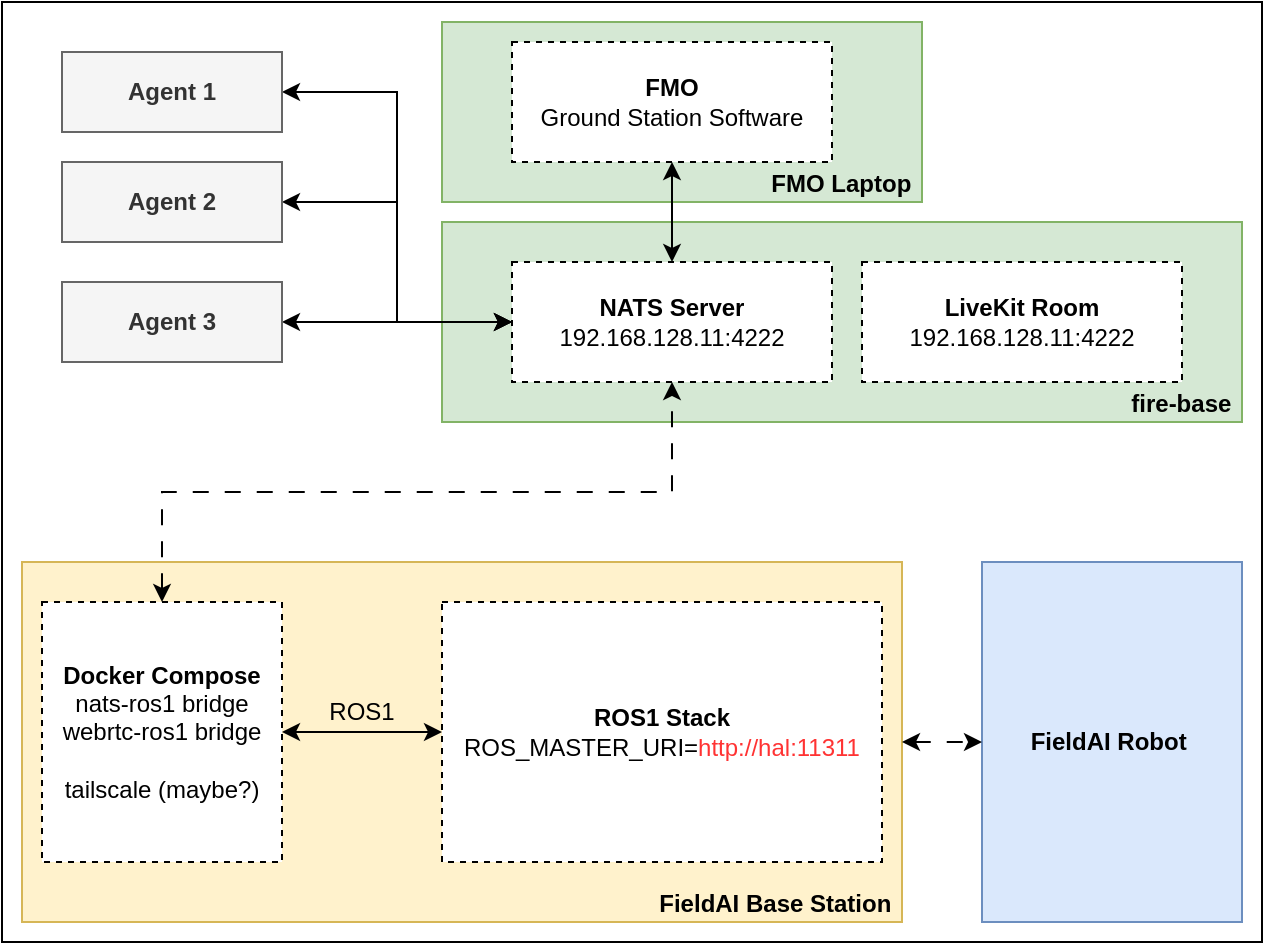
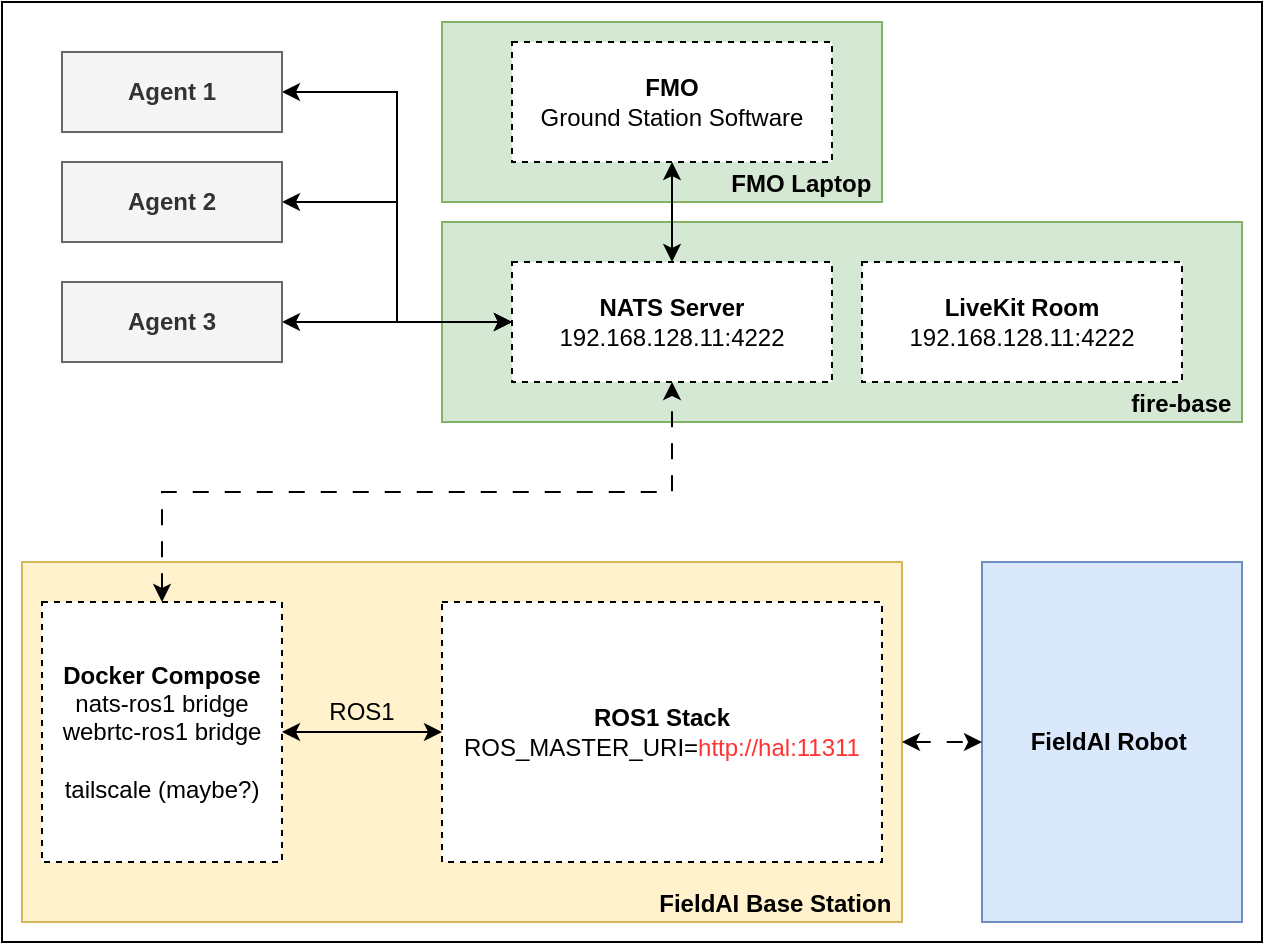
<mxfile host="app.diagrams.net" agent="Mozilla/5.0 (X11; Linux x86_64) AppleWebKit/537.36 (KHTML, like Gecko) draw.io/28.2.5 Chrome/138.0.7204.251 Electron/37.6.1 Safari/537.36">
  <diagram name="Page-1" id="4LKxJmiHCzAgHi-25CAg">
    <mxGraphModel dx="978" dy="538" grid="1" gridSize="10" guides="1" tooltips="1" connect="1" arrows="1" fold="1" page="1" pageScale="1" pageWidth="850" pageHeight="1100" math="0" shadow="0">
      <root>
        <mxCell id="0" />
        <mxCell id="1" parent="0" />
        <mxCell id="ao4_OA2Sh6UKhkAWIHi6-6" parent="1" style="rounded=0;whiteSpace=wrap;html=1;" value="" vertex="1">
          <mxGeometry height="470" width="630" x="140" y="260" as="geometry" />
        </mxCell>
        <mxCell id="K1pB0g2Fk4yvMkdCrYzS-1" parent="1" style="rounded=0;whiteSpace=wrap;html=1;align=right;verticalAlign=bottom;fillColor=#d5e8d4;strokeColor=#82b366;" value="&lt;b&gt;fire-base&amp;nbsp;&lt;/b&gt;" vertex="1">
          <mxGeometry height="100" width="400" x="360" y="370" as="geometry" />
        </mxCell>
        <mxCell id="NqXXLPDWZZw7BoWwIbQB-7" parent="1" style="rounded=0;whiteSpace=wrap;html=1;align=right;verticalAlign=bottom;fillColor=#d5e8d4;strokeColor=#82b366;" value="&lt;b&gt;FMO Laptop&amp;nbsp;&lt;/b&gt;" vertex="1">
-           <mxGeometry height="90" width="240" x="360" y="270" as="geometry" />
+           <mxGeometry height="90" width="220" x="360" y="270" as="geometry" />
        </mxCell>
        <mxCell id="NqXXLPDWZZw7BoWwIbQB-6" parent="1" style="rounded=0;whiteSpace=wrap;html=1;align=center;verticalAlign=middle;fillColor=#dae8fc;strokeColor=#6c8ebf;" value="&lt;b&gt;FieldAI Robot&amp;nbsp;&lt;/b&gt;" vertex="1">
          <mxGeometry height="180" width="130" x="630" y="540" as="geometry" />
        </mxCell>
        <mxCell id="NqXXLPDWZZw7BoWwIbQB-2" parent="1" style="rounded=0;whiteSpace=wrap;html=1;dashed=1;" value="&lt;b&gt;NATS Server&lt;/b&gt;&lt;div&gt;192.168.128.11:4222&lt;/div&gt;" vertex="1">
          <mxGeometry height="60" width="160" x="395" y="390" as="geometry" />
        </mxCell>
        <mxCell id="33FqFWJDVf2yEUuYl60e-10" edge="1" parent="1" source="NqXXLPDWZZw7BoWwIbQB-8" style="edgeStyle=orthogonalEdgeStyle;rounded=0;orthogonalLoop=1;jettySize=auto;html=1;exitX=0.5;exitY=1;exitDx=0;exitDy=0;entryX=0.5;entryY=0;entryDx=0;entryDy=0;startArrow=classic;startFill=1;" target="NqXXLPDWZZw7BoWwIbQB-2">
          <mxGeometry relative="1" as="geometry" />
        </mxCell>
        <mxCell id="NqXXLPDWZZw7BoWwIbQB-8" parent="1" style="rounded=0;whiteSpace=wrap;html=1;dashed=1;" value="&lt;b&gt;FMO&lt;/b&gt;&lt;div&gt;Ground Station Software&lt;/div&gt;" vertex="1">
          <mxGeometry height="60" width="160" x="395" y="280" as="geometry" />
        </mxCell>
        <mxCell id="33FqFWJDVf2yEUuYl60e-5" edge="1" parent="1" source="33FqFWJDVf2yEUuYl60e-2" style="edgeStyle=orthogonalEdgeStyle;rounded=0;orthogonalLoop=1;jettySize=auto;html=1;exitX=1;exitY=0.5;exitDx=0;exitDy=0;entryX=0;entryY=0.5;entryDx=0;entryDy=0;startArrow=classic;startFill=1;" target="NqXXLPDWZZw7BoWwIbQB-2">
          <mxGeometry relative="1" as="geometry" />
        </mxCell>
        <mxCell id="33FqFWJDVf2yEUuYl60e-2" parent="1" style="rounded=0;whiteSpace=wrap;html=1;align=center;verticalAlign=middle;fillColor=#f5f5f5;fontColor=#333333;strokeColor=#666666;" value="&lt;b&gt;Agent 1&lt;/b&gt;" vertex="1">
          <mxGeometry height="40" width="110" x="170" y="285" as="geometry" />
        </mxCell>
        <mxCell id="33FqFWJDVf2yEUuYl60e-6" edge="1" parent="1" source="33FqFWJDVf2yEUuYl60e-3" style="edgeStyle=orthogonalEdgeStyle;rounded=0;orthogonalLoop=1;jettySize=auto;html=1;exitX=1;exitY=0.5;exitDx=0;exitDy=0;entryX=0;entryY=0.5;entryDx=0;entryDy=0;startArrow=classic;startFill=1;" target="NqXXLPDWZZw7BoWwIbQB-2">
          <mxGeometry relative="1" as="geometry" />
        </mxCell>
        <mxCell id="33FqFWJDVf2yEUuYl60e-3" parent="1" style="rounded=0;whiteSpace=wrap;html=1;align=center;verticalAlign=middle;fillColor=#f5f5f5;fontColor=#333333;strokeColor=#666666;" value="&lt;b&gt;Agent 2&lt;/b&gt;" vertex="1">
          <mxGeometry height="40" width="110" x="170" y="340" as="geometry" />
        </mxCell>
        <mxCell id="33FqFWJDVf2yEUuYl60e-7" edge="1" parent="1" source="33FqFWJDVf2yEUuYl60e-4" style="edgeStyle=orthogonalEdgeStyle;rounded=0;orthogonalLoop=1;jettySize=auto;html=1;exitX=1;exitY=0.5;exitDx=0;exitDy=0;entryX=0;entryY=0.5;entryDx=0;entryDy=0;startArrow=classic;startFill=1;" target="NqXXLPDWZZw7BoWwIbQB-2">
          <mxGeometry relative="1" as="geometry" />
        </mxCell>
        <mxCell id="33FqFWJDVf2yEUuYl60e-4" parent="1" style="rounded=0;whiteSpace=wrap;html=1;align=center;verticalAlign=middle;fillColor=#f5f5f5;fontColor=#333333;strokeColor=#666666;" value="&lt;b&gt;Agent 3&lt;/b&gt;" vertex="1">
          <mxGeometry height="40" width="110" x="170" y="400" as="geometry" />
        </mxCell>
        <mxCell id="Mt-QOnj-M8pVkXTkuhvp-1" parent="1" style="rounded=0;whiteSpace=wrap;html=1;verticalAlign=bottom;align=right;fillColor=#fff2cc;strokeColor=#d6b656;" value="&lt;div&gt;&lt;b&gt;FieldAI Base Station&amp;nbsp;&lt;/b&gt;&lt;/div&gt;" vertex="1">
          <mxGeometry height="180" width="440" x="150" y="540" as="geometry" />
        </mxCell>
        <mxCell id="NqXXLPDWZZw7BoWwIbQB-3" parent="1" style="rounded=0;whiteSpace=wrap;html=1;verticalAlign=middle;dashed=1;" value="&lt;div&gt;&lt;b&gt;Docker Compose&lt;/b&gt;&lt;/div&gt;&lt;div&gt;nats-ros1 bridge&lt;/div&gt;&lt;div&gt;webrtc-ros1 bridge&lt;/div&gt;&lt;div&gt;&lt;br&gt;&lt;/div&gt;&lt;div&gt;tailscale (maybe?)&lt;/div&gt;" vertex="1">
          <mxGeometry height="130" width="120" x="160" y="560" as="geometry" />
        </mxCell>
        <mxCell id="1vgdmPXWtOp6ZMq3ka-s-1" parent="1" style="rounded=0;whiteSpace=wrap;html=1;dashed=1;" value="&lt;b&gt;ROS1 Stack&lt;/b&gt;&lt;br&gt;ROS_MASTER_URI=&lt;font style=&quot;color: rgb(255, 51, 51);&quot;&gt;http://hal:11311&lt;/font&gt;" vertex="1">
          <mxGeometry height="130" width="220" x="360" y="560" as="geometry" />
        </mxCell>
        <mxCell id="33FqFWJDVf2yEUuYl60e-9" parent="1" style="text;html=1;align=center;verticalAlign=middle;whiteSpace=wrap;rounded=0;rotation=0;" value="ROS1" vertex="1">
          <mxGeometry height="30" width="60" x="290" y="600" as="geometry" />
        </mxCell>
        <mxCell id="NqXXLPDWZZw7BoWwIbQB-9" edge="1" parent="1" source="NqXXLPDWZZw7BoWwIbQB-3" style="edgeStyle=orthogonalEdgeStyle;rounded=0;orthogonalLoop=1;jettySize=auto;html=1;startArrow=classic;startFill=1;entryX=0;entryY=0.5;entryDx=0;entryDy=0;" target="1vgdmPXWtOp6ZMq3ka-s-1">
          <mxGeometry relative="1" as="geometry" />
        </mxCell>
        <mxCell id="NqXXLPDWZZw7BoWwIbQB-10" edge="1" parent="1" source="NqXXLPDWZZw7BoWwIbQB-3" style="edgeStyle=orthogonalEdgeStyle;rounded=0;orthogonalLoop=1;jettySize=auto;html=1;exitX=0.5;exitY=0;exitDx=0;exitDy=0;startArrow=classic;startFill=1;dashed=1;dashPattern=8 8;" target="NqXXLPDWZZw7BoWwIbQB-2">
          <mxGeometry relative="1" as="geometry" />
        </mxCell>
        <mxCell id="1vgdmPXWtOp6ZMq3ka-s-3" edge="1" parent="1" source="Mt-QOnj-M8pVkXTkuhvp-1" style="edgeStyle=orthogonalEdgeStyle;rounded=0;orthogonalLoop=1;jettySize=auto;html=1;exitX=1;exitY=0.5;exitDx=0;exitDy=0;startArrow=classic;startFill=1;entryX=0;entryY=0.5;entryDx=0;entryDy=0;dashed=1;dashPattern=8 8;" target="NqXXLPDWZZw7BoWwIbQB-6">
          <mxGeometry relative="1" as="geometry">
            <mxPoint x="460" y="660" as="sourcePoint" />
            <mxPoint x="710" y="530" as="targetPoint" />
          </mxGeometry>
        </mxCell>
        <mxCell id="qBYYMGFewZOWRPkuQaBo-1" parent="1" style="rounded=0;whiteSpace=wrap;html=1;dashed=1;" value="&lt;div&gt;&lt;b&gt;LiveKit Room&lt;/b&gt;&lt;/div&gt;&lt;div&gt;192.168.128.11:4222&lt;/div&gt;" vertex="1">
          <mxGeometry height="60" width="160" x="570" y="390" as="geometry" />
        </mxCell>
      </root>
    </mxGraphModel>
  </diagram>
</mxfile>
